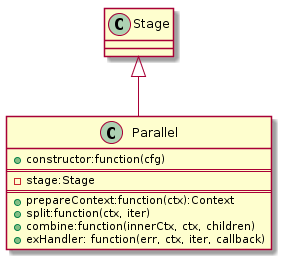
vedmalex/pipeline.js keeps this PlantUML diagram as pics/stages/Parallel/class.png. Above is the earlier version.
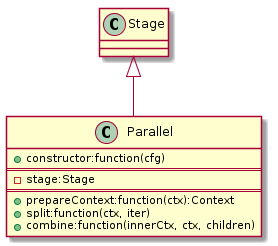
After the change.

What changed in the source:
```diff
@@ -9,7 +9,6 @@
 		+prepareContext:function(ctx):Context
 		+split:function(ctx, iter)
 		+combine:function(innerCtx, ctx, children)
-		+exHandler: function(err, ctx, iter, callback)
 	}
 
  	Stage <|-- Parallel
```
